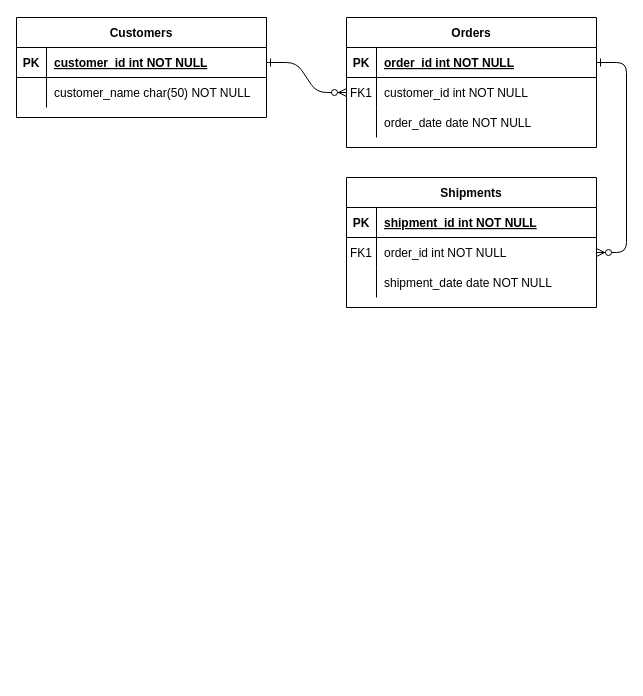
This is Diagram zonder titel.drawio from ahup/drawings, a draw.io file, before an edit. Source tidied: cells renumbered, new cells numbered last; positions are measured from the earlier drawing's top-left corner, leaving out a move shared by most shapes. Both pictures are drawn from the tidied source at 100%, with x=0, y=0 at pixel (16, 17).
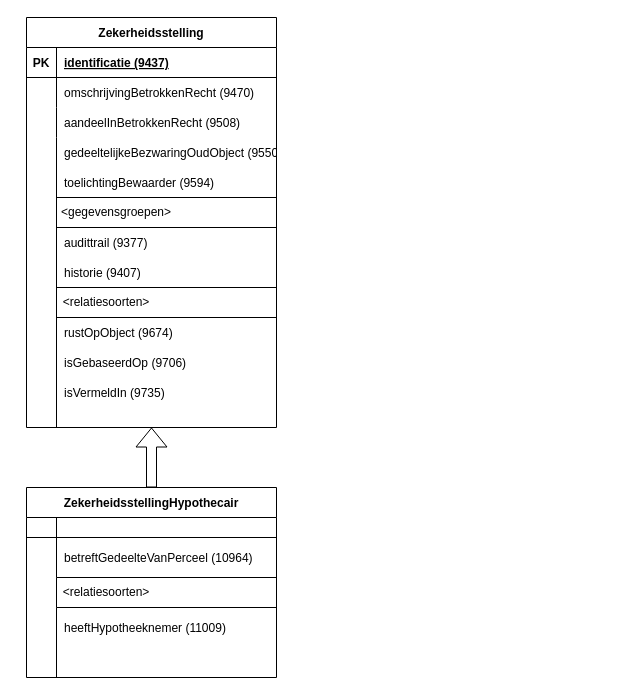
Above is the later version.

Unchanged cells that the change refers to:
```xml
<mxCell id="5" style="shape=partialRectangle;fillColor=none;points=[[0,0.5],[1,0.5]];portConstraint=eastwest;top=0;left=0;right=0;bottom=1;" parent="4" vertex="1">
  <mxGeometry y="30" width="250" height="30" as="geometry" />
</mxCell>
<mxCell id="8" style="shape=partialRectangle;fillColor=none;points=[[0,0.5],[1,0.5]];portConstraint=eastwest;top=0;left=0;right=0;bottom=0;" parent="4" vertex="1">
  <mxGeometry y="60" width="250" height="30" as="geometry" />
</mxCell>
<mxCell id="11" style="shape=partialRectangle;fillColor=none;top=0;left=0;right=0;bottom=0;" parent="4" vertex="1">
  <mxGeometry y="90" width="250" height="30" as="geometry" />
</mxCell>
<mxCell id="21" style="shape=partialRectangle;fillColor=none;top=0;left=0;right=0;bottom=0;" parent="14" vertex="1">
  <mxGeometry y="90" width="250" height="30" as="geometry" />
</mxCell>
```

What changed in the source:
```diff
@@
-    <mxCell id="2" style="edgeStyle=entityRelationEdgeStyle;endArrow=ERzeroToMany;startArrow=ERone;endFill=1;startFill=0;" parent="1" edge="1" source="25" target="8">
-      <mxGeometry relative="1" as="geometry" />
-    </mxCell>
-    <mxCell id="3" style="edgeStyle=entityRelationEdgeStyle;endArrow=ERzeroToMany;startArrow=ERone;endFill=1;startFill=0;" parent="1" edge="1" source="5" target="18">
-      <mxGeometry relative="1" as="geometry" />
-    </mxCell>
-    <mxCell id="4" value="Orders" style="shape=table;startSize=30;childLayout=tableLayout;rowLines=0;fontStyle=1;align=center;" parent="1" vertex="1">
-      <mxGeometry x="330" width="250" height="130" as="geometry" />
+    <mxCell id="4" value="Zekerheidsstelling" style="shape=table;startSize=30;childLayout=tableLayout;rowLines=0;fontStyle=1;align=center;" parent="1" vertex="1">
+      <mxGeometry x="10" width="250" height="410" as="geometry" />
     </mxCell>
@@
-    <mxCell id="7" value="order_id int NOT NULL " style="shape=partialRectangle;overflow=hidden;fillColor=none;top=0;left=0;bottom=0;right=0;align=left;spacingLeft=6;fontStyle=5;" parent="5" vertex="1">
+    <mxCell id="7" value="identificatie (9437)" style="shape=partialRectangle;overflow=hidden;fillColor=none;top=0;left=0;bottom=0;right=0;align=left;spacingLeft=6;fontStyle=5;" parent="5" vertex="1">
       <mxGeometry x="30" width="220" height="30" as="geometry" />
     </mxCell>
@@
-    <mxCell id="9" value="FK1" style="shape=partialRectangle;overflow=hidden;fillColor=none;top=0;left=0;bottom=0;right=0;" parent="8" vertex="1">
+    <mxCell id="9" style="shape=partialRectangle;overflow=hidden;fillColor=none;top=0;left=0;bottom=0;right=0;" parent="8" vertex="1">
       <mxGeometry width="30" height="30" as="geometry" />
     </mxCell>
-    <mxCell id="10" value="customer_id int NOT NULL" style="shape=partialRectangle;overflow=hidden;fillColor=none;top=0;left=0;bottom=0;right=0;align=left;spacingLeft=6;" parent="8" vertex="1">
+    <mxCell id="10" value="omschrijvingBetrokkenRecht (9470)" style="shape=partialRectangle;overflow=hidden;fillColor=none;top=0;left=0;bottom=0;right=0;align=left;spacingLeft=6;" parent="8" vertex="1">
       <mxGeometry x="30" width="220" height="30" as="geometry" />
     </mxCell>
@@
-    <mxCell id="13" value="order_date date NOT NULL" style="shape=partialRectangle;overflow=hidden;fillColor=none;top=0;left=0;bottom=0;right=0;align=left;spacingLeft=6;" parent="11" vertex="1">
+    <mxCell id="13" value="aandeelInBetrokkenRecht (9508)" style="shape=partialRectangle;overflow=hidden;fillColor=none;top=0;left=0;bottom=0;right=0;align=left;spacingLeft=6;" parent="11" vertex="1">
       <mxGeometry x="30" width="220" height="30" as="geometry" />
     </mxCell>
+    <mxCell id="31" style="edgeStyle=orthogonalEdgeStyle;rounded=0;jettySize=auto;html=1;entryX=0.5;entryY=1;entryDx=0;entryDy=0;shape=flexArrow;" parent="1" edge="1" source="14" target="4">
+      <mxGeometry relative="1" as="geometry" />
+    </mxCell>
-    <mxCell id="14" value="Shipments" style="shape=table;startSize=30;childLayout=tableLayout;rowLines=0;fontStyle=1;align=center;" parent="1" vertex="1">
-      <mxGeometry x="330" y="160" width="250" height="130" as="geometry" />
+    <mxCell id="14" value="ZekerheidsstellingHypothecair" style="shape=table;startSize=30;childLayout=tableLayout;rowLines=0;fontStyle=1;align=center;" parent="1" vertex="1">
+      <mxGeometry x="10" y="470" width="250" height="190" as="geometry" />
     </mxCell>
     <mxCell id="15" style="shape=partialRectangle;fillColor=none;top=0;left=0;right=0;bottom=1;" parent="14" vertex="1">
-      <mxGeometry y="30" width="250" height="30" as="geometry" />
+      <mxGeometry y="30" width="250" height="20" as="geometry" />
     </mxCell>
-    <mxCell id="16" value="PK" style="shape=partialRectangle;overflow=hidden;fillColor=none;top=0;left=0;bottom=0;right=0;fontStyle=1;" parent="15" vertex="1">
-      <mxGeometry width="30" height="30" as="geometry" />
+    <mxCell id="16" style="shape=partialRectangle;overflow=hidden;fillColor=none;top=0;left=0;bottom=0;right=0;fontStyle=1;" parent="15" vertex="1">
+      <mxGeometry width="30" height="20" as="geometry" />
     </mxCell>
-    <mxCell id="17" value="shipment_id int NOT NULL " style="shape=partialRectangle;overflow=hidden;fillColor=none;top=0;left=0;bottom=0;right=0;align=left;spacingLeft=6;fontStyle=5;" parent="15" vertex="1">
-      <mxGeometry x="30" width="220" height="30" as="geometry" />
+    <mxCell id="17" style="shape=partialRectangle;overflow=hidden;fillColor=none;top=0;left=0;bottom=0;right=0;align=left;spacingLeft=6;fontStyle=5;" parent="15" vertex="1">
+      <mxGeometry x="30" width="220" height="20" as="geometry" />
     </mxCell>
     <mxCell id="18" style="shape=partialRectangle;fillColor=none;points=[[0,0.5],[1,0.5]];portConstraint=eastwest;top=0;left=0;right=0;bottom=0;" parent="14" vertex="1">
-      <mxGeometry y="60" width="250" height="30" as="geometry" />
+      <mxGeometry y="50" width="250" height="40" as="geometry" />
     </mxCell>
-    <mxCell id="19" value="FK1" style="shape=partialRectangle;overflow=hidden;fillColor=none;top=0;left=0;bottom=0;right=0;" parent="18" vertex="1">
-      <mxGeometry width="30" height="30" as="geometry" />
+    <mxCell id="19" style="shape=partialRectangle;overflow=hidden;fillColor=none;top=0;left=0;bottom=0;right=0;" parent="18" vertex="1">
+      <mxGeometry width="30" height="40" as="geometry" />
     </mxCell>
-    <mxCell id="20" value="order_id int NOT NULL" style="shape=partialRectangle;overflow=hidden;fillColor=none;top=0;left=0;bottom=0;right=0;align=left;spacingLeft=6;" parent="18" vertex="1">
-      <mxGeometry x="30" width="220" height="30" as="geometry" />
+    <mxCell id="20" value="betreftGedeelteVanPerceel (10964)" style="shape=partialRectangle;overflow=hidden;fillColor=none;top=0;left=0;bottom=0;right=0;align=left;spacingLeft=6;" parent="18" vertex="1">
+      <mxGeometry x="30" width="220" height="40" as="geometry" />
     </mxCell>
@@
-    <mxCell id="23" value="shipment_date date NOT NULL" style="shape=partialRectangle;overflow=hidden;fillColor=none;top=0;left=0;bottom=0;right=0;align=left;spacingLeft=6;" parent="21" vertex="1">
+    <mxCell id="23" style="shape=partialRectangle;overflow=hidden;fillColor=none;top=0;left=0;bottom=0;right=0;align=left;spacingLeft=6;" parent="21" vertex="1">
       <mxGeometry x="30" width="220" height="30" as="geometry" />
     </mxCell>
-    <mxCell id="24" value="Customers" style="shape=table;startSize=30;childLayout=tableLayout;rowLines=0;fontStyle=1;align=center;" parent="1" vertex="1">
-      <mxGeometry width="250" height="100" as="geometry" />
-    </mxCell>
-    <mxCell id="25" style="shape=partialRectangle;fillColor=none;points=[[0,0.5],[1,0.5]];portConstraint=eastwest;top=0;left=0;right=0;bottom=1;" parent="24" vertex="1">
-      <mxGeometry y="30" width="250" height="30" as="geometry" />
-    </mxCell>
-    <mxCell id="26" value="PK" style="shape=partialRectangle;overflow=hidden;fillColor=none;top=0;left=0;bottom=0;right=0;fontStyle=1;" parent="25" vertex="1">
-      <mxGeometry width="30" height="30" as="geometry" />
-    </mxCell>
-    <mxCell id="27" value="customer_id int NOT NULL " style="shape=partialRectangle;overflow=hidden;fillColor=none;top=0;left=0;bottom=0;right=0;align=left;spacingLeft=6;fontStyle=5;" parent="25" vertex="1">
-      <mxGeometry x="30" width="220" height="30" as="geometry" />
-    </mxCell>
-    <mxCell id="28" style="shape=partialRectangle;fillColor=none;top=0;left=0;right=0;bottom=0;" parent="24" vertex="1">
-      <mxGeometry y="60" width="250" height="30" as="geometry" />
-    </mxCell>
-    <mxCell id="29" style="shape=partialRectangle;overflow=hidden;fillColor=none;top=0;left=0;bottom=0;right=0;" parent="28" vertex="1">
-      <mxGeometry width="30" height="30" as="geometry" />
-    </mxCell>
-    <mxCell id="30" value="customer_name char(50) NOT NULL" style="shape=partialRectangle;overflow=hidden;fillColor=none;top=0;left=0;bottom=0;right=0;align=left;spacingLeft=6;" parent="28" vertex="1">
-      <mxGeometry x="30" width="220" height="30" as="geometry" />
-    </mxCell>
+    <mxCell id="32" value="gedeeltelijkeBezwaringOudObject (9550)" style="shape=partialRectangle;overflow=hidden;fillColor=none;top=0;left=0;bottom=0;right=0;align=left;spacingLeft=6;" parent="1" vertex="1">
+      <mxGeometry x="40" y="120" width="220" height="30" as="geometry" />
+    </mxCell>
+    <mxCell id="33" value="toelichtingBewaarder (9594)" style="shape=partialRectangle;overflow=hidden;fillColor=none;top=0;left=0;bottom=0;right=0;align=left;spacingLeft=6;" parent="1" vertex="1">
+      <mxGeometry x="40" y="150" width="220" height="30" as="geometry" />
+    </mxCell>
+    <mxCell id="34" style="endArrow=none;html=1;rounded=0;" parent="1" edge="1">
+      <mxGeometry relative="1" as="geometry">
+        <mxPoint x="40" y="410" as="sourcePoint" />
+        <mxPoint x="40" y="120" as="targetPoint" />
+      </mxGeometry>
+    </mxCell>
+    <mxCell id="35" style="endArrow=none;html=1;rounded=0;" parent="1" edge="1">
+      <mxGeometry relative="1" as="geometry">
+        <mxPoint x="40" y="180" as="sourcePoint" />
+        <mxPoint x="260" y="180" as="targetPoint" />
+      </mxGeometry>
+    </mxCell>
+    <mxCell id="36" value="&amp;lt;gegevensgroepen&amp;gt;" style="text;html=1;strokeColor=none;fillColor=none;align=center;verticalAlign=middle;whiteSpace=wrap;rounded=0;" parent="1" vertex="1">
+      <mxGeometry x="70" y="180" width="60" height="30" as="geometry" />
+    </mxCell>
+    <mxCell id="37" style="endArrow=none;html=1;rounded=0;" parent="1" edge="1">
+      <mxGeometry relative="1" as="geometry">
+        <mxPoint x="40" y="210" as="sourcePoint" />
+        <mxPoint x="260" y="210" as="targetPoint" />
+      </mxGeometry>
+    </mxCell>
+    <mxCell id="38" value="audittrail (9377)" style="shape=partialRectangle;overflow=hidden;fillColor=none;top=0;left=0;bottom=0;right=0;align=left;spacingLeft=6;" parent="1" vertex="1">
+      <mxGeometry x="40" y="210" width="220" height="30" as="geometry" />
+    </mxCell>
+    <mxCell id="39" value="historie (9407)" style="shape=partialRectangle;overflow=hidden;fillColor=none;top=0;left=0;bottom=0;right=0;align=left;spacingLeft=6;" parent="1" vertex="1">
+      <mxGeometry x="40" y="240" width="220" height="30" as="geometry" />
+    </mxCell>
+    <mxCell id="40" style="endArrow=none;html=1;rounded=0;" parent="1" edge="1">
+      <mxGeometry relative="1" as="geometry">
+        <mxPoint x="40" y="270" as="sourcePoint" />
+        <mxPoint x="260" y="270" as="targetPoint" />
+      </mxGeometry>
+    </mxCell>
+    <mxCell id="41" value="&amp;lt;relatiesoorten&amp;gt;" style="text;html=1;strokeColor=none;fillColor=none;align=center;verticalAlign=middle;whiteSpace=wrap;rounded=0;" parent="1" vertex="1">
+      <mxGeometry x="60" y="270" width="60" height="30" as="geometry" />
+    </mxCell>
+    <mxCell id="42" style="endArrow=none;html=1;rounded=0;" parent="1" edge="1">
+      <mxGeometry relative="1" as="geometry">
+        <mxPoint x="40" y="300" as="sourcePoint" />
+        <mxPoint x="260" y="300" as="targetPoint" />
+      </mxGeometry>
+    </mxCell>
+    <mxCell id="43" value="rustOpObject (9674)" style="shape=partialRectangle;overflow=hidden;fillColor=none;top=0;left=0;bottom=0;right=0;align=left;spacingLeft=6;" parent="1" vertex="1">
+      <mxGeometry x="40" y="300" width="220" height="30" as="geometry" />
+    </mxCell>
+    <mxCell id="44" value="isGebaseerdOp (9706)" style="shape=partialRectangle;overflow=hidden;fillColor=none;top=0;left=0;bottom=0;right=0;align=left;spacingLeft=6;" parent="1" vertex="1">
+      <mxGeometry x="40" y="330" width="220" height="30" as="geometry" />
+    </mxCell>
+    <mxCell id="45" value="isVermeldIn (9735)" style="shape=partialRectangle;overflow=hidden;fillColor=none;top=0;left=0;bottom=0;right=0;align=left;spacingLeft=6;" parent="1" vertex="1">
+      <mxGeometry x="40" y="360" width="220" height="30" as="geometry" />
+    </mxCell>
+    <mxCell id="46" style="endArrow=none;html=1;rounded=0;" parent="1" edge="1">
+      <mxGeometry relative="1" as="geometry">
+        <mxPoint x="40" y="560" as="sourcePoint" />
+        <mxPoint x="260" y="560" as="targetPoint" />
+      </mxGeometry>
+    </mxCell>
+    <mxCell id="47" value="&amp;lt;relatiesoorten&amp;gt;" style="text;html=1;strokeColor=none;fillColor=none;align=center;verticalAlign=middle;whiteSpace=wrap;rounded=0;" parent="1" vertex="1">
+      <mxGeometry x="60" y="560" width="60" height="30" as="geometry" />
+    </mxCell>
+    <mxCell id="48" style="endArrow=none;html=1;rounded=0;" parent="1" edge="1">
+      <mxGeometry relative="1" as="geometry">
+        <mxPoint x="40" y="660" as="sourcePoint" />
+        <mxPoint x="40" y="590" as="targetPoint" />
+      </mxGeometry>
+    </mxCell>
+    <mxCell id="49" style="endArrow=none;html=1;rounded=0;" parent="1" edge="1">
+      <mxGeometry relative="1" as="geometry">
+        <mxPoint x="40" y="590" as="sourcePoint" />
+        <mxPoint x="260" y="590" as="targetPoint" />
+      </mxGeometry>
+    </mxCell>
+    <mxCell id="50" value="heeftHypotheeknemer (11009)" style="shape=partialRectangle;overflow=hidden;fillColor=none;top=0;left=0;bottom=0;right=0;align=left;spacingLeft=6;" parent="1" vertex="1">
+      <mxGeometry x="40" y="590" width="220" height="40" as="geometry" />
+    </mxCell>
```
